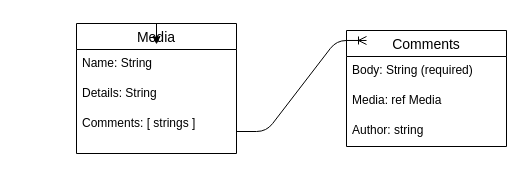
Earlier version of the draw.io diagram page "Page-1" (1 of 2) of ERD.drawio (quincyp/project-mediahub). Source tidied: cells renumbered, new cells numbered last; positions are measured from the earlier drawing's top-left corner, leaving out a move shared by most shapes. Both pictures are drawn from the tidied source at 100%, with x=0, y=0 at pixel (76, 23).
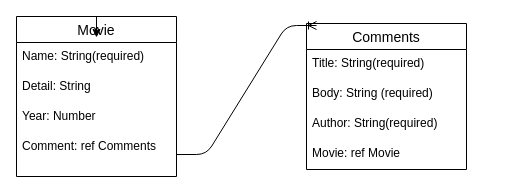
The same diagram, later.

What changed in the source:
```diff
@@
 <mxGraphModel>
   <root>
     <mxCell id="0" />
     <mxCell id="1" parent="0" />
-    <mxCell id="2" value="Media" style="swimlane;fontStyle=0;horizontal=1;startSize=26;align=center;fontSize=14;" parent="1" vertex="1">
-      <mxGeometry width="160" height="130" as="geometry" />
+    <mxCell id="2" value="Movie" style="swimlane;fontStyle=0;horizontal=1;startSize=26;align=center;fontSize=14;" parent="1" vertex="1">
+      <mxGeometry x="-60" y="-7" width="160" height="160" as="geometry" />
     </mxCell>
-    <mxCell id="3" value="Name: String" style="text;strokeColor=none;fillColor=none;spacingLeft=4;spacingRight=4;overflow=hidden;points=[[0,0.5],[1,0.5]];portConstraint=eastwest;fontSize=12;" parent="2" vertex="1">
+    <mxCell id="3" value="Name: String(required)" style="text;strokeColor=none;fillColor=none;spacingLeft=4;spacingRight=4;overflow=hidden;points=[[0,0.5],[1,0.5]];portConstraint=eastwest;fontSize=12;" parent="2" vertex="1">
       <mxGeometry y="26" width="160" height="30" as="geometry" />
     </mxCell>
-    <mxCell id="4" value="Details: String" style="text;strokeColor=none;fillColor=none;spacingLeft=4;spacingRight=4;overflow=hidden;fontSize=12;" parent="2" vertex="1">
+    <mxCell id="4" value="Detail: String" style="text;strokeColor=none;fillColor=none;spacingLeft=4;spacingRight=4;overflow=hidden;fontSize=12;" parent="2" vertex="1">
       <mxGeometry y="56" width="160" height="30" as="geometry" />
     </mxCell>
+    <mxCell id="6" style="edgeStyle=orthogonalEdgeStyle;rounded=0;jettySize=auto;html=1;exitX=0.5;exitY=0;exitDx=0;exitDy=0;entryX=0.5;entryY=-0.167;entryDx=0;entryDy=0;entryPerimeter=0;" parent="2" edge="1" source="2" target="3">
+      <mxGeometry relative="1" as="geometry" />
+    </mxCell>
+    <mxCell id="12" value="Year: Number" style="text;strokeColor=none;fillColor=none;spacingLeft=4;spacingRight=4;overflow=hidden;fontSize=12;" parent="2" vertex="1">
+      <mxGeometry y="86" width="160" height="30" as="geometry" />
+    </mxCell>
-    <mxCell id="5" value="Comments: [ strings ]" style="text;strokeColor=none;fillColor=none;spacingLeft=4;spacingRight=4;overflow=hidden;points=[[0,0.5],[1,0.5]];portConstraint=eastwest;fontSize=12;" parent="2" vertex="1">
-      <mxGeometry y="86" width="160" height="44" as="geometry" />
+    <mxCell id="5" value="Comment: ref Comments" style="text;strokeColor=none;fillColor=none;spacingLeft=4;spacingRight=4;overflow=hidden;points=[[0,0.5],[1,0.5]];portConstraint=eastwest;fontSize=12;" parent="2" vertex="1">
+      <mxGeometry y="116" width="160" height="44" as="geometry" />
     </mxCell>
-    <mxCell id="6" style="edgeStyle=orthogonalEdgeStyle;rounded=0;jettySize=auto;html=1;exitX=0.5;exitY=0;exitDx=0;exitDy=0;entryX=0.5;entryY=-0.167;entryDx=0;entryDy=0;entryPerimeter=0;" parent="2" edge="1" source="2" target="3">
-      <mxGeometry relative="1" as="geometry" />
-    </mxCell>
     <mxCell id="7" value="Comments" style="swimlane;fontStyle=0;horizontal=1;startSize=26;align=center;fontSize=14;" parent="1" vertex="1">
-      <mxGeometry x="270" y="7" width="160" height="116" as="geometry" />
+      <mxGeometry x="230" width="160" height="146" as="geometry" />
     </mxCell>
+    <mxCell id="13" value="Title: String(required)" style="text;strokeColor=none;fillColor=none;spacingLeft=4;spacingRight=4;overflow=hidden;fontSize=12;" parent="7" vertex="1">
+      <mxGeometry y="26" width="160" height="30" as="geometry" />
+    </mxCell>
     <mxCell id="8" value="Body: String (required)" style="text;strokeColor=none;fillColor=none;spacingLeft=4;spacingRight=4;overflow=hidden;fontSize=12;" parent="7" vertex="1">
-      <mxGeometry y="26" width="160" height="30" as="geometry" />
+      <mxGeometry y="56" width="160" height="30" as="geometry" />
     </mxCell>
+    <mxCell id="14" value="Author: String(required)" style="text;strokeColor=none;fillColor=none;spacingLeft=4;spacingRight=4;overflow=hidden;fontSize=12;" parent="7" vertex="1">
+      <mxGeometry y="86" width="160" height="30" as="geometry" />
+    </mxCell>
-    <mxCell id="9" value="Media: ref Media" style="text;strokeColor=none;fillColor=none;spacingLeft=4;spacingRight=4;overflow=hidden;fontSize=12;" parent="7" vertex="1">
-      <mxGeometry y="56" width="160" height="30" as="geometry" />
+    <mxCell id="9" value="Movie: ref Movie" style="text;strokeColor=none;fillColor=none;spacingLeft=4;spacingRight=4;overflow=hidden;fontSize=12;" parent="7" vertex="1">
+      <mxGeometry y="116" width="160" height="30" as="geometry" />
     </mxCell>
-    <mxCell id="10" value="Author: string" style="text;strokeColor=none;fillColor=none;spacingLeft=4;spacingRight=4;overflow=hidden;fontSize=12;" parent="7" vertex="1">
-      <mxGeometry y="86" width="160" height="30" as="geometry" />
-    </mxCell>
-    <mxCell id="11" style="edgeStyle=entityRelationEdgeStyle;fontSize=12;html=1;endArrow=ERoneToMany;entryX=0.125;entryY=0.086;entryDx=0;entryDy=0;entryPerimeter=0;" parent="1" edge="1" source="5" target="7">
-      <mxGeometry relative="1" as="geometry" />
+    <mxCell id="11" style="edgeStyle=entityRelationEdgeStyle;fontSize=12;html=1;endArrow=ERoneToMany;" parent="1" edge="1" source="5">
+      <mxGeometry relative="1" as="geometry">
+        <mxPoint x="240" y="2" as="targetPoint" />
+      </mxGeometry>
     </mxCell>
   </root>
 </mxGraphModel>
```
